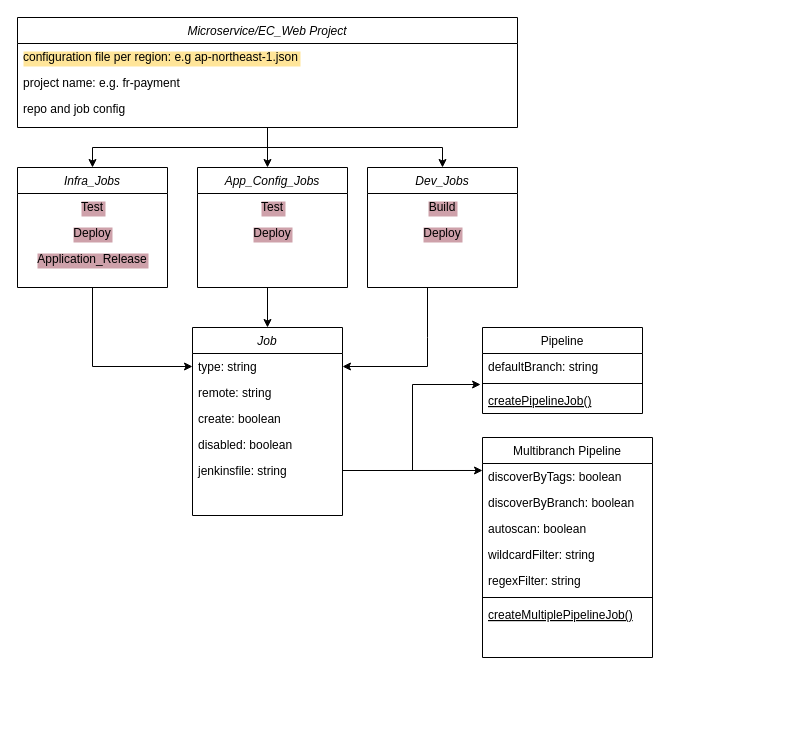
This is draw_wiki/Untitled Diagram.drawio from fr-dimeng/draw, a draw.io file, before an edit. Source tidied: cells renumbered, new cells numbered last; positions are measured from the earlier drawing's top-left corner, leaving out a move shared by most shapes. Both pictures are drawn from the tidied source at 100%, with x=0, y=0 at pixel (17, 17).
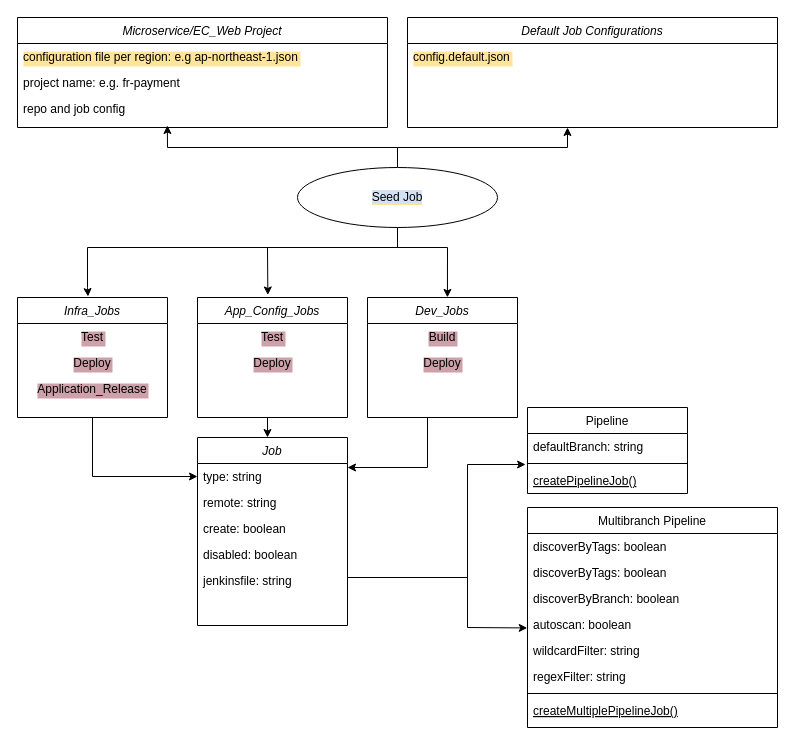
Above is the later version.

The change refers to these unchanged cells:
```xml
<mxCell id="3" value="type: string&#10;&#10;&#10;" style="text;align=left;verticalAlign=top;spacingLeft=4;spacingRight=4;overflow=hidden;points=[[0,0.5],[1,0.5]];portConstraint=eastwest;rounded=0;shadow=0;html=0;" parent="2" vertex="1">
  <mxGeometry y="26" width="150" height="26" as="geometry" />
</mxCell>
<mxCell id="7" value="jenkinsfile: string" style="text;align=left;verticalAlign=top;spacingLeft=4;spacingRight=4;overflow=hidden;points=[[0,0.5],[1,0.5]];portConstraint=eastwest;rounded=0;shadow=0;html=0;" parent="2" vertex="1">
  <mxGeometry y="130" width="150" height="26" as="geometry" />
</mxCell>
<mxCell id="19" value="createPipelineJob()&#10;" style="text;align=left;verticalAlign=top;spacingLeft=4;spacingRight=4;overflow=hidden;points=[[0,0.5],[1,0.5]];portConstraint=eastwest;fontStyle=4;" parent="16" vertex="1">
  <mxGeometry y="60" width="160" height="26" as="geometry" />
</mxCell>
```

What changed in the source:
```diff
@@
     <mxCell id="2" value="Job" style="swimlane;fontStyle=2;align=center;verticalAlign=top;horizontal=1;startSize=26;rounded=0;shadow=0;strokeWidth=1;" parent="1" vertex="1">
-      <mxGeometry x="175" y="310" width="150" height="188" as="geometry" />
+      <mxGeometry x="180" y="420" width="150" height="188" as="geometry" />
     </mxCell>
@@
     <mxCell id="8" value="Multibranch Pipeline" style="swimlane;fontStyle=0;align=center;verticalAlign=top;horizontal=1;startSize=26;rounded=0;shadow=0;strokeWidth=1;" parent="1" vertex="1">
-      <mxGeometry x="465" y="420" width="170" height="220" as="geometry" />
+      <mxGeometry x="510" y="490" width="250" height="220" as="geometry" />
     </mxCell>
+    <mxCell id="42" value="discoverByTags: boolean&#10;" style="text;align=left;verticalAlign=top;spacingLeft=4;spacingRight=4;overflow=hidden;rounded=0;shadow=0;html=0;" parent="8" vertex="1">
+      <mxGeometry y="26" width="250" height="26" as="geometry" />
+    </mxCell>
     <mxCell id="9" value="discoverByTags: boolean&#10;" style="text;align=left;verticalAlign=top;spacingLeft=4;spacingRight=4;overflow=hidden;points=[[0,0.5],[1,0.5]];portConstraint=eastwest;rounded=0;shadow=0;html=0;" parent="8" vertex="1">
-      <mxGeometry y="26" width="170" height="26" as="geometry" />
+      <mxGeometry y="52" width="250" height="26" as="geometry" />
     </mxCell>
     <mxCell id="10" value="discoverByBranch: boolean&#10;" style="text;align=left;verticalAlign=top;spacingLeft=4;spacingRight=4;overflow=hidden;rounded=0;shadow=0;html=0;" parent="8" vertex="1">
-      <mxGeometry y="52" width="170" height="26" as="geometry" />
+      <mxGeometry y="78" width="250" height="26" as="geometry" />
     </mxCell>
     <mxCell id="11" value="autoscan: boolean&#10;" style="text;align=left;verticalAlign=top;spacingLeft=4;spacingRight=4;overflow=hidden;points=[[0,0.5],[1,0.5]];portConstraint=eastwest;rounded=0;shadow=0;html=0;" parent="8" vertex="1">
-      <mxGeometry y="78" width="170" height="26" as="geometry" />
+      <mxGeometry y="104" width="250" height="26" as="geometry" />
     </mxCell>
     <mxCell id="12" value="wildcardFilter: string&#10;" style="text;align=left;verticalAlign=top;spacingLeft=4;spacingRight=4;overflow=hidden;rounded=0;shadow=0;html=0;" parent="8" vertex="1">
-      <mxGeometry y="104" width="170" height="26" as="geometry" />
+      <mxGeometry y="130" width="250" height="26" as="geometry" />
     </mxCell>
     <mxCell id="13" value="regexFilter: string" style="text;align=left;verticalAlign=top;spacingLeft=4;spacingRight=4;overflow=hidden;rounded=0;shadow=0;html=0;" parent="8" vertex="1">
-      <mxGeometry y="130" width="170" height="26" as="geometry" />
+      <mxGeometry y="156" width="250" height="26" as="geometry" />
     </mxCell>
     <mxCell id="14" style="line;html=1;strokeWidth=1;align=left;verticalAlign=middle;spacingTop=-1;spacingLeft=3;spacingRight=3;labelPosition=right;" parent="8" vertex="1">
-      <mxGeometry y="156" width="170" height="8" as="geometry" />
+      <mxGeometry y="182" width="250" height="8" as="geometry" />
     </mxCell>
     <mxCell id="15" value="createMultiplePipelineJob()&#10;&#10;" style="text;align=left;verticalAlign=top;spacingLeft=4;spacingRight=4;overflow=hidden;fontStyle=4;" parent="8" vertex="1">
-      <mxGeometry y="164" width="170" height="26" as="geometry" />
+      <mxGeometry y="190" width="250" height="26" as="geometry" />
     </mxCell>
     <mxCell id="16" value="Pipeline" style="swimlane;fontStyle=0;align=center;verticalAlign=top;horizontal=1;startSize=26;rounded=0;shadow=0;strokeWidth=1;" parent="1" vertex="1">
-      <mxGeometry x="465" y="310" width="160" height="86" as="geometry" />
+      <mxGeometry x="510" y="390" width="160" height="86" as="geometry" />
     </mxCell>
@@
     <mxCell id="20" value="Infra_Jobs" style="swimlane;fontStyle=2;align=center;verticalAlign=top;horizontal=1;startSize=26;rounded=0;shadow=0;strokeWidth=1;" parent="1" vertex="1">
-      <mxGeometry y="150" width="150" height="120" as="geometry" />
+      <mxGeometry y="280" width="150" height="120" as="geometry" />
     </mxCell>
@@
     <mxCell id="24" value="App_Config_Jobs" style="swimlane;fontStyle=2;align=center;verticalAlign=top;horizontal=1;startSize=26;rounded=0;shadow=0;strokeWidth=1;" parent="1" vertex="1">
-      <mxGeometry x="180" y="150" width="150" height="120" as="geometry" />
+      <mxGeometry x="180" y="280" width="150" height="120" as="geometry" />
     </mxCell>
@@
     <mxCell id="27" value="Dev_Jobs" style="swimlane;fontStyle=2;align=center;verticalAlign=top;horizontal=1;startSize=26;rounded=0;shadow=0;strokeWidth=1;" parent="1" vertex="1">
-      <mxGeometry x="350" y="150" width="150" height="120" as="geometry" />
+      <mxGeometry x="350" y="280" width="150" height="120" as="geometry" />
     </mxCell>
@@
-    <mxCell id="30" style="endArrow=classic;html=1;rounded=0;entryX=1;entryY=0.5;entryDx=0;entryDy=0;" parent="27" edge="1" target="3">
+    <mxCell id="30" style="endArrow=classic;html=1;rounded=0;" parent="27" edge="1">
       <mxGeometry relative="1" as="geometry">
         <mxPoint x="60" y="120" as="sourcePoint" />
+        <mxPoint x="-20" y="170" as="targetPoint" />
         <Array as="points">
           <mxPoint x="60" y="170" />
-          <mxPoint x="60" y="199" />
         </Array>
       </mxGeometry>
     </mxCell>
     <mxCell id="31" style="endArrow=classic;html=1;rounded=0;exitX=0.5;exitY=1;exitDx=0;exitDy=0;entryX=0;entryY=0.5;entryDx=0;entryDy=0;" parent="1" edge="1" source="20" target="3">
       <mxGeometry relative="1" as="geometry">
         <Array as="points">
-          <mxPoint x="75" y="349" />
+          <mxPoint x="75" y="459" />
         </Array>
       </mxGeometry>
     </mxCell>
-    <mxCell id="32" style="endArrow=classic;html=1;rounded=0;" parent="1" edge="1" target="2">
+    <mxCell id="32" style="endArrow=classic;html=1;rounded=0;" parent="1" edge="1">
       <mxGeometry relative="1" as="geometry">
-        <mxPoint x="250" y="270" as="sourcePoint" />
+        <mxPoint x="250" y="400" as="sourcePoint" />
+        <mxPoint x="250" y="420" as="targetPoint" />
       </mxGeometry>
     </mxCell>
-    <mxCell id="33" style="edgeStyle=orthogonalEdgeStyle;rounded=0;jettySize=auto;html=1;exitX=1;exitY=0.5;exitDx=0;exitDy=0;entryX=0;entryY=0.269;entryDx=0;entryDy=0;entryPerimeter=0;" parent="1" edge="1" source="7" target="9">
-      <mxGeometry relative="1" as="geometry" />
-    </mxCell>
     <mxCell id="34" style="edgeStyle=orthogonalEdgeStyle;rounded=0;jettySize=auto;html=1;exitX=1;exitY=0.5;exitDx=0;exitDy=0;entryX=-0.012;entryY=-0.115;entryDx=0;entryDy=0;entryPerimeter=0;" parent="1" edge="1" source="7" target="19">
-      <mxGeometry relative="1" as="geometry" />
+      <mxGeometry relative="1" as="geometry">
+        <Array as="points">
+          <mxPoint x="330" y="560" />
+          <mxPoint x="450" y="560" />
+          <mxPoint x="450" y="447" />
+        </Array>
+      </mxGeometry>
     </mxCell>
-    <mxCell id="35" style="edgeStyle=orthogonalEdgeStyle;rounded=0;jettySize=auto;html=1;" parent="1" edge="1" source="37">
-      <mxGeometry relative="1" as="geometry">
-        <mxPoint x="250" y="150" as="targetPoint" />
-      </mxGeometry>
-    </mxCell>
-    <mxCell id="36" style="edgeStyle=orthogonalEdgeStyle;rounded=0;jettySize=auto;html=1;entryX=0.5;entryY=0;entryDx=0;entryDy=0;" parent="1" edge="1" source="37" target="20">
-      <mxGeometry relative="1" as="geometry" />
-    </mxCell>
     <mxCell id="37" value="Microservice/EC_Web Project" style="swimlane;fontStyle=2;align=center;verticalAlign=top;horizontal=1;startSize=26;rounded=0;shadow=0;strokeWidth=1;" parent="1" vertex="1">
-      <mxGeometry width="500" height="110" as="geometry" />
+      <mxGeometry width="370" height="110" as="geometry" />
     </mxCell>
     <mxCell id="38" value="configuration file per region: e.g ap-northeast-1.json&#10;" style="text;align=left;verticalAlign=top;spacingLeft=4;spacingRight=4;overflow=hidden;rounded=0;shadow=0;html=0;fontStyle=0;labelBackgroundColor=#FFE599;" parent="37" vertex="1">
-      <mxGeometry y="26" width="500" height="26" as="geometry" />
+      <mxGeometry y="26" width="370" height="26" as="geometry" />
     </mxCell>
     <mxCell id="39" value="project name: e.g. fr-payment" style="text;align=left;verticalAlign=top;spacingLeft=4;spacingRight=4;overflow=hidden;points=[[0,0.5],[1,0.5]];portConstraint=eastwest;rounded=0;shadow=0;html=0;" parent="37" vertex="1">
-      <mxGeometry y="52" width="500" height="26" as="geometry" />
+      <mxGeometry y="52" width="370" height="26" as="geometry" />
     </mxCell>
     <mxCell id="40" value="repo and job config" style="text;align=left;verticalAlign=top;spacingLeft=4;spacingRight=4;overflow=hidden;points=[[0,0.5],[1,0.5]];portConstraint=eastwest;rounded=0;shadow=0;html=0;" parent="37" vertex="1">
-      <mxGeometry y="78" width="500" height="26" as="geometry" />
+      <mxGeometry y="78" width="370" height="26" as="geometry" />
     </mxCell>
-    <mxCell id="41" style="edgeStyle=orthogonalEdgeStyle;rounded=0;jettySize=auto;html=1;" parent="1" edge="1" target="27">
-      <mxGeometry relative="1" as="geometry">
-        <mxPoint x="250" y="120" as="sourcePoint" />
-        <Array as="points">
-          <mxPoint x="250" y="130" />
-          <mxPoint x="425" y="130" />
-        </Array>
-      </mxGeometry>
-    </mxCell>
+    <mxCell id="43" style="edgeStyle=orthogonalEdgeStyle;rounded=0;orthogonalLoop=1;jettySize=auto;html=1;exitX=1;exitY=0.5;exitDx=0;exitDy=0;" parent="37" edge="1" source="39" target="39">
+      <mxGeometry relative="1" as="geometry" />
+    </mxCell>
+    <mxCell id="44" value="Default Job Configurations" style="swimlane;fontStyle=2;align=center;verticalAlign=top;horizontal=1;startSize=26;rounded=0;shadow=0;strokeWidth=1;" parent="1" vertex="1">
+      <mxGeometry x="390" width="370" height="110" as="geometry" />
+    </mxCell>
+    <mxCell id="45" style="edgeStyle=orthogonalEdgeStyle;rounded=0;orthogonalLoop=1;jettySize=auto;html=1;exitX=1;exitY=0.5;exitDx=0;exitDy=0;" parent="44" edge="1">
+      <mxGeometry relative="1" as="geometry">
+        <mxPoint x="370" y="65" as="sourcePoint" />
+        <mxPoint x="370" y="65" as="targetPoint" />
+      </mxGeometry>
+    </mxCell>
+    <mxCell id="46" value="config.default.json" style="text;align=left;verticalAlign=top;spacingLeft=4;spacingRight=4;overflow=hidden;rounded=0;shadow=0;html=0;fontStyle=0;labelBackgroundColor=#FFE599;" parent="44" vertex="1">
+      <mxGeometry y="26" width="370" height="26" as="geometry" />
+    </mxCell>
+    <mxCell id="47" style="endArrow=classic;html=1;rounded=0;entryX=0.405;entryY=1.154;entryDx=0;entryDy=0;entryPerimeter=0;" parent="1" edge="1" target="40">
+      <mxGeometry relative="1" as="geometry">
+        <mxPoint x="150" y="130" as="sourcePoint" />
+      </mxGeometry>
+    </mxCell>
+    <mxCell id="48" style="endArrow=classic;html=1;rounded=0;" parent="1" edge="1">
+      <mxGeometry relative="1" as="geometry">
+        <mxPoint x="550" y="130" as="sourcePoint" />
+        <mxPoint x="550" y="110" as="targetPoint" />
+      </mxGeometry>
+    </mxCell>
+    <mxCell id="49" style="endArrow=none;html=1;rounded=0;startArrow=none;" parent="1" edge="1">
+      <mxGeometry relative="1" as="geometry">
+        <mxPoint x="380" y="130" as="sourcePoint" />
+        <mxPoint x="550" y="130" as="targetPoint" />
+      </mxGeometry>
+    </mxCell>
+    <mxCell id="50" style="endArrow=classic;html=1;rounded=0;entryX=0.47;entryY=-0.008;entryDx=0;entryDy=0;entryPerimeter=0;" parent="1" edge="1" target="20">
+      <mxGeometry relative="1" as="geometry">
+        <mxPoint x="70" y="230" as="sourcePoint" />
+        <Array as="points">
+          <mxPoint x="70" y="270" />
+        </Array>
+      </mxGeometry>
+    </mxCell>
+    <mxCell id="51" style="endArrow=none;html=1;rounded=0;entryX=0.5;entryY=0;entryDx=0;entryDy=0;" parent="1" edge="1" target="52">
+      <mxGeometry relative="1" as="geometry">
+        <mxPoint x="150" y="130" as="sourcePoint" />
+        <Array as="points">
+          <mxPoint x="380" y="130" />
+        </Array>
+      </mxGeometry>
+    </mxCell>
+    <mxCell id="52" value="&lt;span style=&quot;background-color: rgb(212, 225, 245);&quot;&gt;Seed Job&lt;/span&gt;" style="ellipse;whiteSpace=wrap;html=1;labelBackgroundColor=#FFE599;" parent="1" vertex="1">
+      <mxGeometry x="280" y="150" width="200" height="60" as="geometry" />
+    </mxCell>
+    <mxCell id="53" style="endArrow=classic;html=1;rounded=0;entryX=-0.001;entryY=0.633;entryDx=0;entryDy=0;entryPerimeter=0;" parent="1" edge="1" target="11">
+      <mxGeometry relative="1" as="geometry">
+        <mxPoint x="330" y="560" as="sourcePoint" />
+        <Array as="points">
+          <mxPoint x="450" y="560" />
+          <mxPoint x="450" y="610" />
+        </Array>
+      </mxGeometry>
+    </mxCell>
+    <mxCell id="54" style="endArrow=none;html=1;rounded=0;" parent="1" edge="1">
+      <mxGeometry relative="1" as="geometry">
+        <mxPoint x="70" y="230" as="sourcePoint" />
+        <mxPoint x="430" y="230" as="targetPoint" />
+      </mxGeometry>
+    </mxCell>
+    <mxCell id="55" style="endArrow=classic;html=1;rounded=0;entryX=0.469;entryY=-0.021;entryDx=0;entryDy=0;entryPerimeter=0;" parent="1" edge="1" target="24">
+      <mxGeometry relative="1" as="geometry">
+        <mxPoint x="250" y="230" as="sourcePoint" />
+      </mxGeometry>
+    </mxCell>
+    <mxCell id="56" style="endArrow=classic;html=1;rounded=0;entryX=0.533;entryY=-0.001;entryDx=0;entryDy=0;entryPerimeter=0;" parent="1" edge="1" target="27">
+      <mxGeometry relative="1" as="geometry">
+        <mxPoint x="430" y="230" as="sourcePoint" />
+      </mxGeometry>
+    </mxCell>
+    <mxCell id="57" style="endArrow=none;html=1;rounded=0;exitX=0.5;exitY=1;exitDx=0;exitDy=0;" parent="1" edge="1" source="52">
+      <mxGeometry relative="1" as="geometry">
+        <mxPoint x="380" y="230" as="targetPoint" />
+      </mxGeometry>
+    </mxCell>
```
